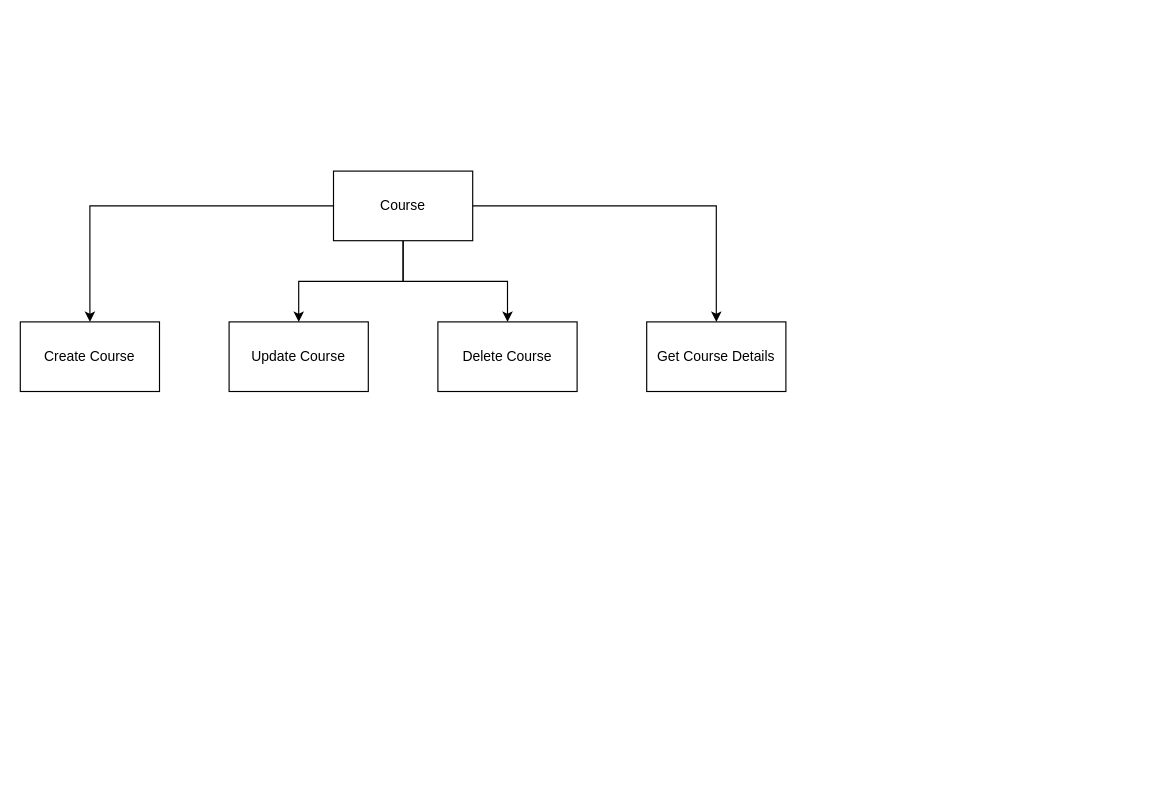
Before: diagrams/FDD/Course FDD.drawio in Apollo-LW/Apollo-LW, a draw.io diagram. Source tidied: cells renumbered, new cells numbered last; positions are measured from the earlier drawing's top-left corner, leaving out a move shared by most shapes. Both pictures are drawn from the tidied source at 116%, with x=0, y=0 at pixel (20, 171).
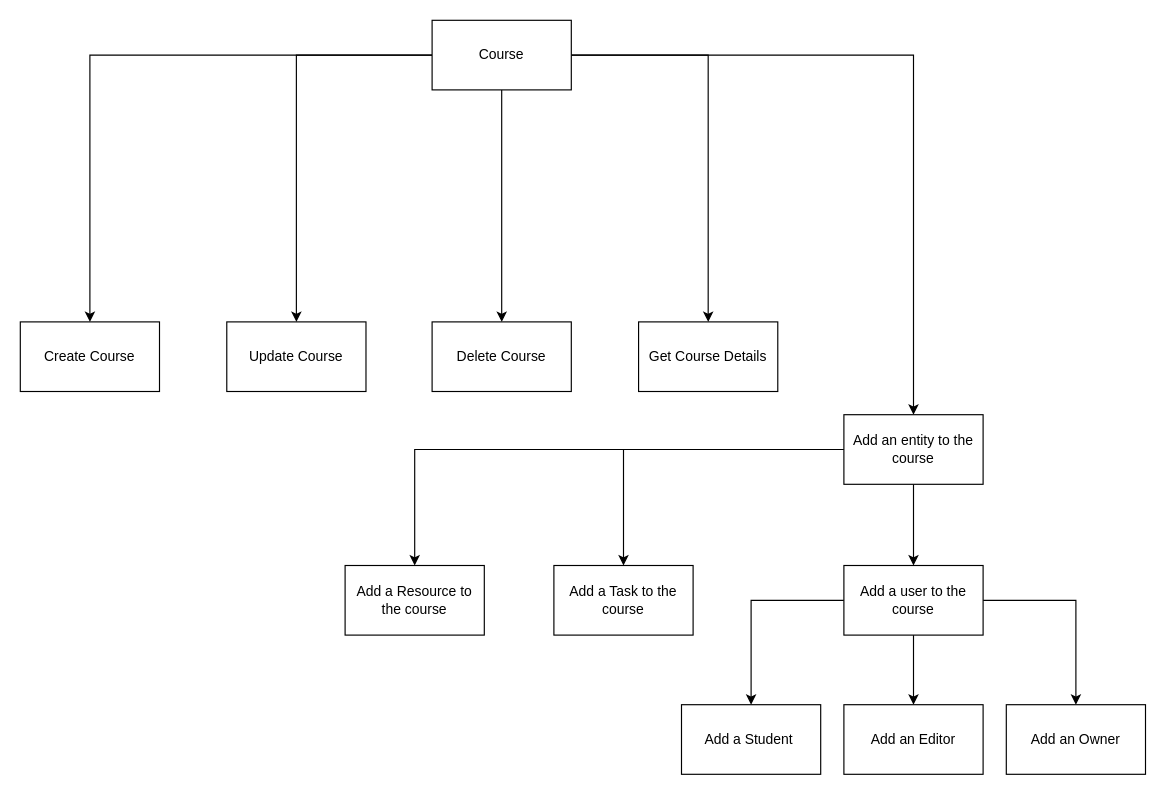
Above is the later version.

Commit message:
Add course relationship functions

What changed in the source:
```diff
@@
+    <mxCell id="11" style="edgeStyle=orthogonalEdgeStyle;rounded=0;jettySize=auto;html=1;exitX=1;exitY=0.5;exitDx=0;exitDy=0;entryX=0.5;entryY=0;entryDx=0;entryDy=0;" parent="1" edge="1" source="6" target="15">
+      <mxGeometry relative="1" as="geometry" />
+    </mxCell>
     <mxCell id="6" value="Course" style="rounded=0;whiteSpace=wrap;html=1;" parent="1" vertex="1">
-      <mxGeometry x="270" width="120" height="60" as="geometry" />
+      <mxGeometry x="355" y="-130" width="120" height="60" as="geometry" />
     </mxCell>
@@
     <mxCell id="8" value="Update Course" style="rounded=0;whiteSpace=wrap;html=1;" parent="1" vertex="1">
-      <mxGeometry x="180" y="130" width="120" height="60" as="geometry" />
+      <mxGeometry x="178" y="130" width="120" height="60" as="geometry" />
     </mxCell>
     <mxCell id="9" value="Delete Course" style="rounded=0;whiteSpace=wrap;html=1;" parent="1" vertex="1">
-      <mxGeometry x="360" y="130" width="120" height="60" as="geometry" />
+      <mxGeometry x="355" y="130" width="120" height="60" as="geometry" />
     </mxCell>
     <mxCell id="10" value="Get Course Details" style="rounded=0;whiteSpace=wrap;html=1;" parent="1" vertex="1">
-      <mxGeometry x="540" y="130" width="120" height="60" as="geometry" />
+      <mxGeometry x="533" y="130" width="120" height="60" as="geometry" />
     </mxCell>
+    <mxCell id="12" style="edgeStyle=orthogonalEdgeStyle;rounded=0;jettySize=auto;html=1;entryX=0.5;entryY=0;entryDx=0;entryDy=0;" parent="1" edge="1" source="15" target="19">
+      <mxGeometry relative="1" as="geometry" />
+    </mxCell>
+    <mxCell id="13" style="edgeStyle=orthogonalEdgeStyle;rounded=0;jettySize=auto;html=1;entryX=0.5;entryY=0;entryDx=0;entryDy=0;" parent="1" edge="1" source="15" target="23">
+      <mxGeometry relative="1" as="geometry" />
+    </mxCell>
+    <mxCell id="14" style="edgeStyle=orthogonalEdgeStyle;rounded=0;jettySize=auto;html=1;entryX=0.5;entryY=0;entryDx=0;entryDy=0;" parent="1" edge="1" source="15" target="24">
+      <mxGeometry relative="1" as="geometry" />
+    </mxCell>
+    <mxCell id="15" value="Add an entity to the course" style="rounded=0;whiteSpace=wrap;html=1;" parent="1" vertex="1">
+      <mxGeometry x="710" y="210" width="120" height="60" as="geometry" />
+    </mxCell>
+    <mxCell id="16" style="edgeStyle=orthogonalEdgeStyle;rounded=0;jettySize=auto;html=1;entryX=0.5;entryY=0;entryDx=0;entryDy=0;" parent="1" edge="1" source="19" target="21">
+      <mxGeometry relative="1" as="geometry" />
+    </mxCell>
+    <mxCell id="17" style="edgeStyle=orthogonalEdgeStyle;rounded=0;jettySize=auto;html=1;entryX=0.5;entryY=0;entryDx=0;entryDy=0;" parent="1" edge="1" source="19" target="20">
+      <mxGeometry relative="1" as="geometry" />
+    </mxCell>
+    <mxCell id="18" style="edgeStyle=orthogonalEdgeStyle;rounded=0;jettySize=auto;html=1;entryX=0.5;entryY=0;entryDx=0;entryDy=0;" parent="1" edge="1" source="19" target="22">
+      <mxGeometry relative="1" as="geometry" />
+    </mxCell>
+    <mxCell id="19" value="Add a user to the course" style="rounded=0;whiteSpace=wrap;html=1;" parent="1" vertex="1">
+      <mxGeometry x="710" y="340" width="120" height="60" as="geometry" />
+    </mxCell>
+    <mxCell id="20" value="Add a Student&amp;nbsp;" style="rounded=0;whiteSpace=wrap;html=1;" parent="1" vertex="1">
+      <mxGeometry x="570" y="460" width="120" height="60" as="geometry" />
+    </mxCell>
+    <mxCell id="21" value="Add an Editor" style="rounded=0;whiteSpace=wrap;html=1;" parent="1" vertex="1">
+      <mxGeometry x="710" y="460" width="120" height="60" as="geometry" />
+    </mxCell>
+    <mxCell id="22" value="Add an Owner" style="rounded=0;whiteSpace=wrap;html=1;" parent="1" vertex="1">
+      <mxGeometry x="850" y="460" width="120" height="60" as="geometry" />
+    </mxCell>
+    <mxCell id="23" value="Add a Task to the course" style="rounded=0;whiteSpace=wrap;html=1;" parent="1" vertex="1">
+      <mxGeometry x="460" y="340" width="120" height="60" as="geometry" />
+    </mxCell>
+    <mxCell id="24" value="Add a Resource to the course" style="rounded=0;whiteSpace=wrap;html=1;" parent="1" vertex="1">
+      <mxGeometry x="280" y="340" width="120" height="60" as="geometry" />
+    </mxCell>
```
